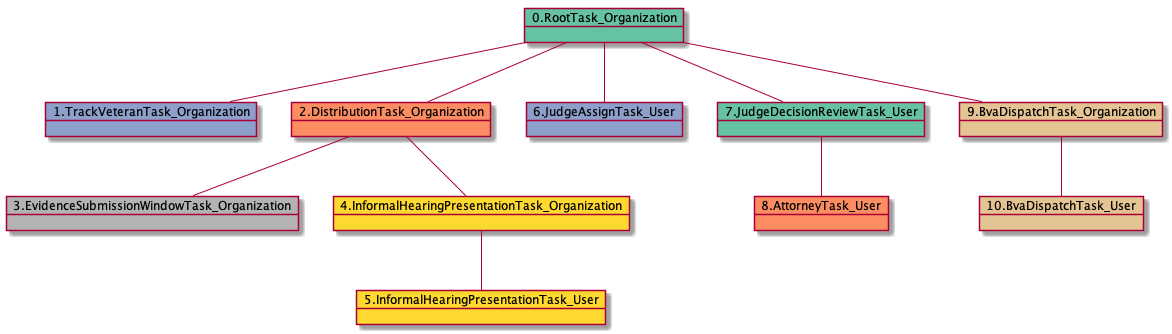
The PlantUML diagram docs-ES/uml/RTO.TVTO.DTO.ESWTO.IHPTO.IHPTU.JATU.JDRTU.ATU.BDTO.BDTU-15370.png in yoomlam/graphing, before a commit.
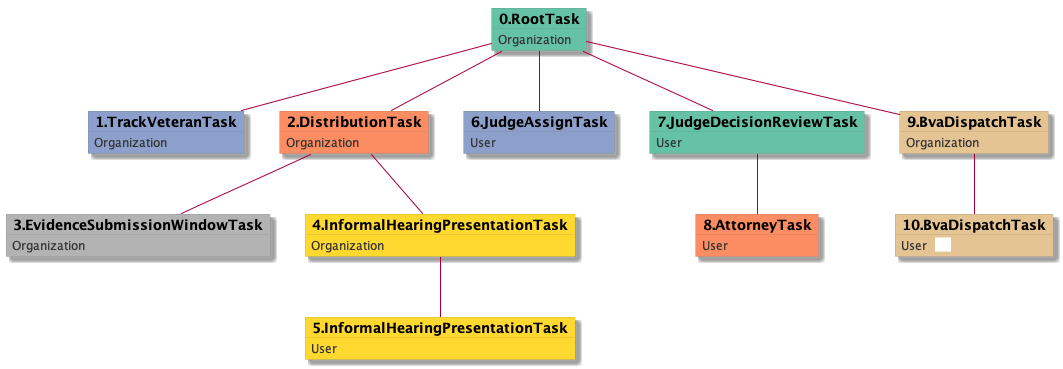
The same file after the commit.

Change to the diagram source:
```diff
@@ -1,23 +1,53 @@
 @startuml
-object 0.RootTask_Organization #66c2a5
-object 1.TrackVeteranTask_Organization #8da0cb
-object 2.DistributionTask_Organization #fc8d62
-object 3.EvidenceSubmissionWindowTask_Organization #b3b3b3
-object 4.InformalHearingPresentationTask_Organization #ffd92f
-object 5.InformalHearingPresentationTask_User #ffd92f
-object 6.JudgeAssignTask_User #8da0cb
-object 7.JudgeDecisionReviewTask_User #66c2a5
-object 8.AttorneyTask_User #fc8d62
-object 9.BvaDispatchTask_Organization #e5c494
-object 10.BvaDispatchTask_User #e5c494
-0.RootTask_Organization -- 1.TrackVeteranTask_Organization
-0.RootTask_Organization -- 2.DistributionTask_Organization
-2.DistributionTask_Organization -- 3.EvidenceSubmissionWindowTask_Organization
-2.DistributionTask_Organization -- 4.InformalHearingPresentationTask_Organization
-4.InformalHearingPresentationTask_Organization -- 5.InformalHearingPresentationTask_User
-0.RootTask_Organization -- 6.JudgeAssignTask_User
-0.RootTask_Organization -- 7.JudgeDecisionReviewTask_User
-7.JudgeDecisionReviewTask_User -- 8.AttorneyTask_User
-0.RootTask_Organization -- 9.BvaDispatchTask_Organization
-9.BvaDispatchTask_Organization -- 10.BvaDispatchTask_User
+skinparam {
+  ObjectBorderColor #555
+  ObjectBorderThickness 0
+  ObjectFontStyle bold
+  ObjectFontSize 14
+  ObjectAttributeFontColor #333
+  ObjectAttributeFontSize 12
+}
+  object 0.RootTask #66c2a5 {
+Organization
+}
+  object 1.TrackVeteranTask #8da0cb {
+Organization
+}
+  object 2.DistributionTask #fc8d62 {
+Organization
+}
+  object 3.EvidenceSubmissionWindowTask #b3b3b3 {
+Organization
+}
+  object 4.InformalHearingPresentationTask #ffd92f {
+Organization
+}
+  object 5.InformalHearingPresentationTask #ffd92f {
+User
+}
+  object 6.JudgeAssignTask #8da0cb {
+User
+}
+  object 7.JudgeDecisionReviewTask #66c2a5 {
+User
+}
+  object 8.AttorneyTask #fc8d62 {
+User
+}
+  object 9.BvaDispatchTask #e5c494 {
+Organization
+}
+  object 10.BvaDispatchTask #e5c494 {
+User  <back:white>    </back>
+}
+0.RootTask -- 1.TrackVeteranTask
+0.RootTask -- 2.DistributionTask
+2.DistributionTask -- 3.EvidenceSubmissionWindowTask
+2.DistributionTask -- 4.InformalHearingPresentationTask
+4.InformalHearingPresentationTask -- 5.InformalHearingPresentationTask
+0.RootTask -- 6.JudgeAssignTask
+0.RootTask -- 7.JudgeDecisionReviewTask
+7.JudgeDecisionReviewTask -- 8.AttorneyTask
+0.RootTask -- 9.BvaDispatchTask
+9.BvaDispatchTask -- 10.BvaDispatchTask
 @enduml
```
